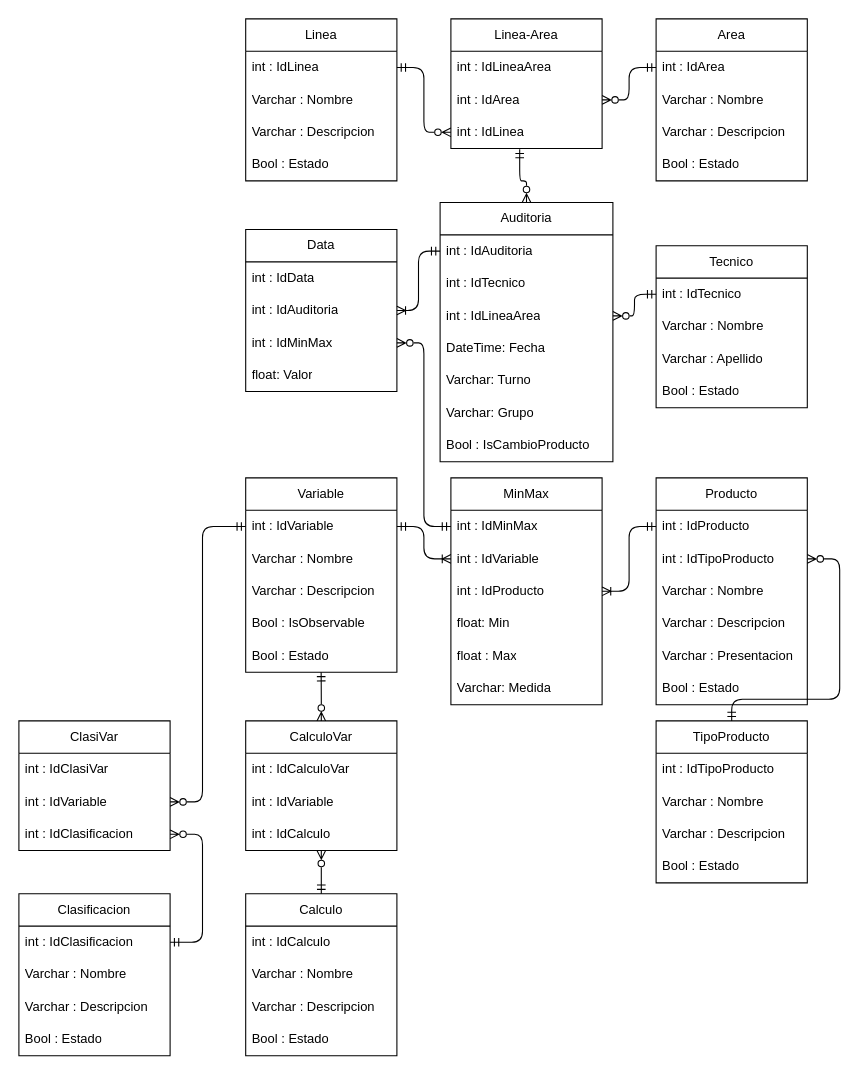
Before: AuditoriasCalidad.drawio in NEODevs-T/Calidad, a draw.io diagram. Source tidied: cells renumbered, new cells numbered last; positions are measured from the earlier drawing's top-left corner, leaving out a move shared by most shapes. Both pictures are drawn from the tidied source at 108%, with x=0, y=0 at pixel (18, 18).
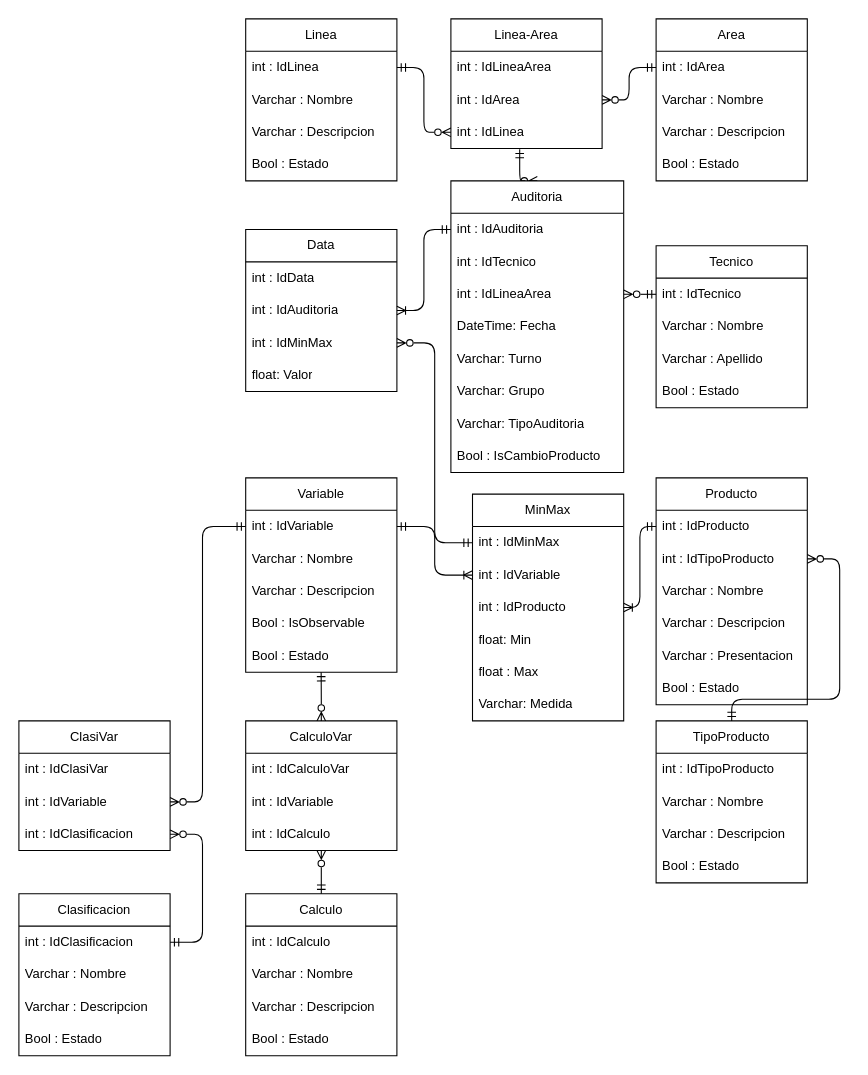
The same page after the edit.

Commit message (it also covers changes not shown here):
modificacion del diagrama de base de datos y comienzo de las paginas del modulo de devoluciones

The change refers to these unchanged cells:
```xml
<mxCell id="36" value="&lt;div style=&quot;text-align: center;&quot;&gt;&lt;span style=&quot;background-color: initial;&quot;&gt;int : IdMinMax&lt;/span&gt;&lt;/div&gt;" style="text;strokeColor=none;fillColor=none;align=left;verticalAlign=middle;spacingLeft=4;spacingRight=4;overflow=hidden;points=[[0,0.5],[1,0.5]];portConstraint=eastwest;whiteSpace=wrap;html=1;" parent="33" vertex="1">
  <mxGeometry y="90" width="140" height="30" as="geometry" />
</mxCell>
<mxCell id="40" value="int : Id&lt;span style=&quot;text-align: center;&quot;&gt;MinMax&lt;/span&gt;" style="text;strokeColor=none;fillColor=none;align=left;verticalAlign=middle;spacingLeft=4;spacingRight=4;overflow=hidden;points=[[0,0.5],[1,0.5]];portConstraint=eastwest;whiteSpace=wrap;html=1;" parent="39" vertex="1">
  <mxGeometry y="30" width="140" height="30" as="geometry" />
</mxCell>
```

Change to the diagram source:
```diff
@@
     <mxCell id="19" value="Auditoria" style="swimlane;fontStyle=0;horizontal=1;startSize=30;whiteSpace=wrap;html=1;" parent="1" vertex="1">
-      <mxGeometry x="390" y="170" width="160" height="240" as="geometry" />
+      <mxGeometry x="400" y="150" width="160" height="270" as="geometry" />
     </mxCell>
@@
+    <mxCell id="90" value="Varchar: TipoAuditoria" style="text;strokeColor=none;fillColor=none;align=left;verticalAlign=middle;spacingLeft=4;spacingRight=4;overflow=hidden;whiteSpace=wrap;html=1;strokeWidth=1;" parent="19" vertex="1">
+      <mxGeometry y="210" width="160" height="30" as="geometry" />
+    </mxCell>
     <mxCell id="26" value="Bool : IsCambioProducto" style="text;strokeColor=none;fillColor=none;align=left;verticalAlign=middle;spacingLeft=4;spacingRight=4;overflow=hidden;whiteSpace=wrap;html=1;strokeWidth=1;" parent="19" vertex="1">
-      <mxGeometry y="210" width="160" height="30" as="geometry" />
+      <mxGeometry y="240" width="160" height="30" as="geometry" />
     </mxCell>
@@
     <mxCell id="39" value="MinMax" style="swimlane;fontStyle=0;horizontal=1;startSize=30;whiteSpace=wrap;html=1;" parent="1" vertex="1">
-      <mxGeometry x="400" y="425" width="140" height="210" as="geometry" />
+      <mxGeometry x="420" y="440" width="140" height="210" as="geometry" />
     </mxCell>
@@
     <mxCell id="77" style="edgeStyle=orthogonalEdgeStyle;html=1;exitX=1;exitY=0.5;exitDx=0;exitDy=0;entryX=0;entryY=0.5;entryDx=0;entryDy=0;startArrow=ERzeroToMany;startFill=0;endArrow=ERmandOne;endFill=0;" parent="1" edge="1" source="36" target="40">
-      <mxGeometry relative="1" as="geometry" />
+      <mxGeometry relative="1" as="geometry">
+        <Array as="points">
+          <mxPoint x="385" y="300" />
+          <mxPoint x="385" y="485" />
+        </Array>
+      </mxGeometry>
     </mxCell>
```
